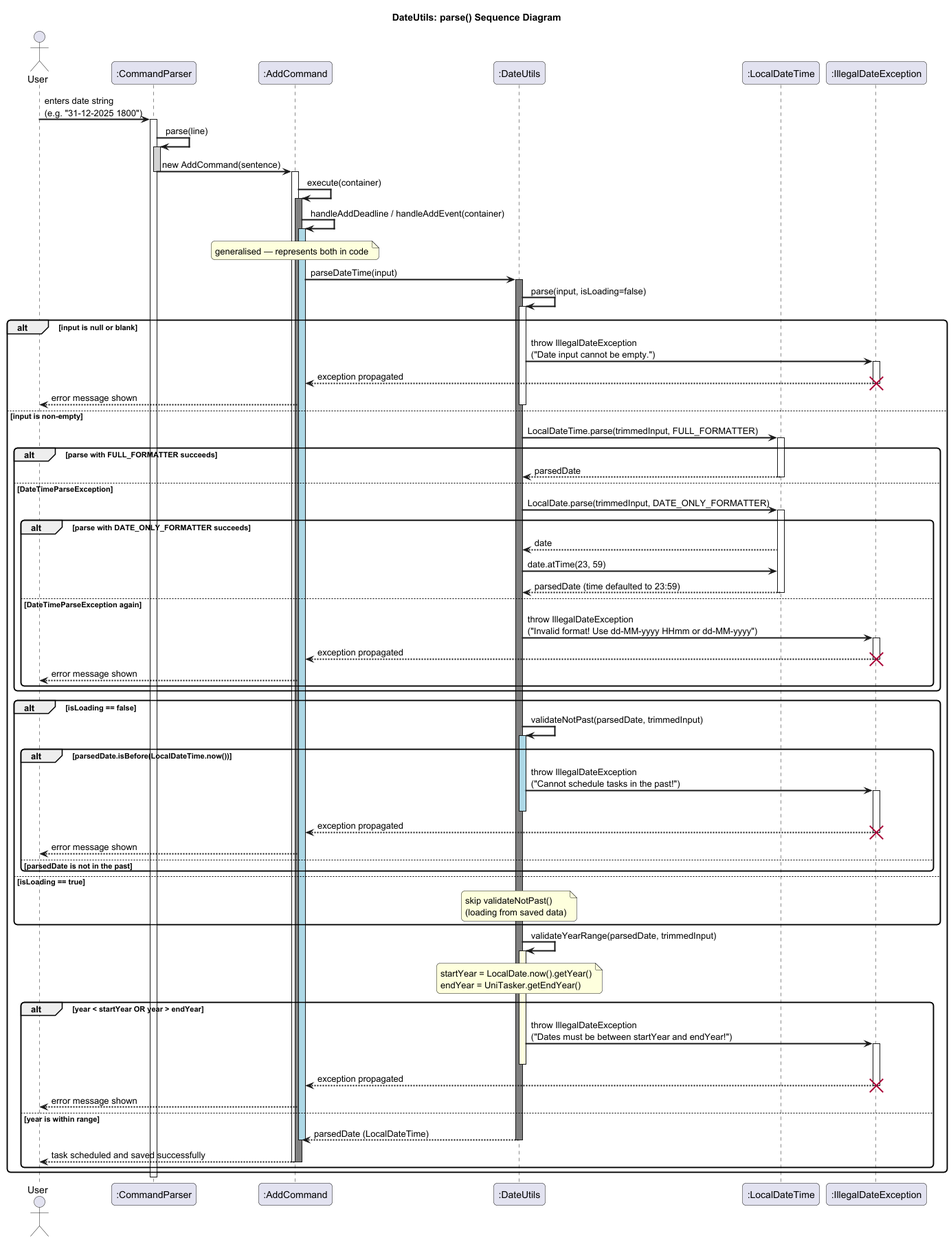
Above: docs/pictures/DateUtilsSequence.png in sushmiithaa/tp (PlantUML), before the change.
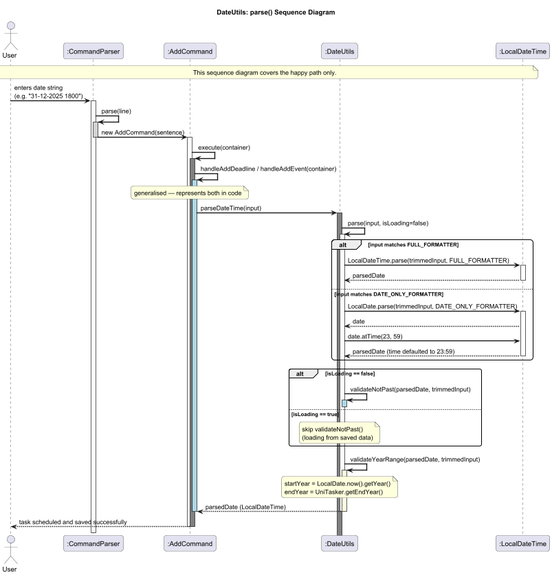
After the change.

Commit message:
Updated Sequence diagram to show happy path only

The edit, as a diff of the source:
```diff
@@ -1,4 +1,5 @@
 @startuml DateUtilsSequenceDiagram
+!pragma teoz true
 
 skinparam sequenceArrowThickness 2
 skinparam roundcorner 10
@@ -10,7 +11,8 @@
 participant ":AddCommand" as AC
 participant ":DateUtils" as DU
 participant ":LocalDateTime" as LDT
-participant ":IllegalDateException" as IDE
+
+note over User, LDT : This sequence diagram covers the happy path only.
 
 User -> CP : enters date string\n(e.g. "31-12-2025 1800")
 activate CP
@@ -34,82 +36,41 @@
 DU -> DU : parse(input, isLoading=false)
 activate DU #white
 
-alt input is null or blank
-    DU -> IDE : throw IllegalDateException\n("Date input cannot be empty.")
-    activate IDE
-    IDE --> AC : exception propagated
-    destroy IDE
-    AC --> User : error message shown
-
-else input is non-empty
-    deactivate DU
+alt input matches FULL_FORMATTER
     DU -> LDT : LocalDateTime.parse(trimmedInput, FULL_FORMATTER)
     activate LDT
+    LDT --> DU : parsedDate
+    deactivate LDT
 
-    alt parse with FULL_FORMATTER succeeds
-        LDT --> DU : parsedDate
-        deactivate LDT
+else input matches DATE_ONLY_FORMATTER
+    DU -> LDT : LocalDate.parse(trimmedInput, DATE_ONLY_FORMATTER)
+    activate LDT
+    LDT --> DU : date
+    DU -> LDT : date.atTime(23, 59)
+    LDT --> DU : parsedDate (time defaulted to 23:59)
+    deactivate LDT
+end
 
-    else DateTimeParseException
-        deactivate LDT
-        DU -> LDT : LocalDate.parse(trimmedInput, DATE_ONLY_FORMATTER)
-        activate LDT
+alt isLoading == false
+    DU -> DU : validateNotPast(parsedDate, trimmedInput)
+    activate DU #lightblue
+    deactivate DU
 
-        alt parse with DATE_ONLY_FORMATTER succeeds
-            LDT --> DU : date
-            DU -> LDT : date.atTime(23, 59)
-            LDT --> DU : parsedDate (time defaulted to 23:59)
-            deactivate LDT
+else isLoading == true
+    note over DU : skip validateNotPast()\n(loading from saved data)
+end
 
-        else DateTimeParseException again
-            deactivate LDT
-            DU -> IDE : throw IllegalDateException\n("Invalid format! Use dd-MM-yyyy HHmm or dd-MM-yyyy")
-            activate IDE
-            IDE --> AC : exception propagated
-            destroy IDE
-            AC --> User : error message shown
-        end
-    end
+DU -> DU : validateYearRange(parsedDate, trimmedInput)
+activate DU #lightyellow
+note over DU : startYear = LocalDate.now().getYear()\nendYear = UniTasker.getEndYear()
 
-    alt isLoading == false
-        DU -> DU : validateNotPast(parsedDate, trimmedInput)
-        activate DU #lightblue
-
-        alt parsedDate.isBefore(LocalDateTime.now())
-            DU -> IDE : throw IllegalDateException\n("Cannot schedule tasks in the past!")
-            activate IDE
-            deactivate DU
-            IDE --> AC : exception propagated
-            destroy IDE
-            AC --> User : error message shown
-        else parsedDate is not in the past
-        end
-
-    else isLoading == true
-        note over DU : skip validateNotPast()\n(loading from saved data)
-    end
-
-    DU -> DU : validateYearRange(parsedDate, trimmedInput)
-    activate DU #lightyellow
-    note over DU : startYear = LocalDate.now().getYear()\nendYear = UniTasker.getEndYear()
-
-    alt year < startYear OR year > endYear
-        DU -> IDE : throw IllegalDateException\n("Dates must be between startYear and endYear!")
-        activate IDE
-        deactivate DU
-        IDE --> AC : exception propagated
-        destroy IDE
-        AC --> User : error message shown
-
-    else year is within range
-        DU --> AC : parsedDate (LocalDateTime)
-        deactivate DU
-        deactivate AC
-        AC --> User : task scheduled and saved successfully
-        deactivate AC
-        deactivate AC
-    end
-end
+DU --> AC : parsedDate (LocalDateTime)
+deactivate DU
+deactivate DU
+deactivate AC
+AC --> User : task scheduled and saved successfully
+deactivate AC
+deactivate AC
 
 deactivate CP
 
```
